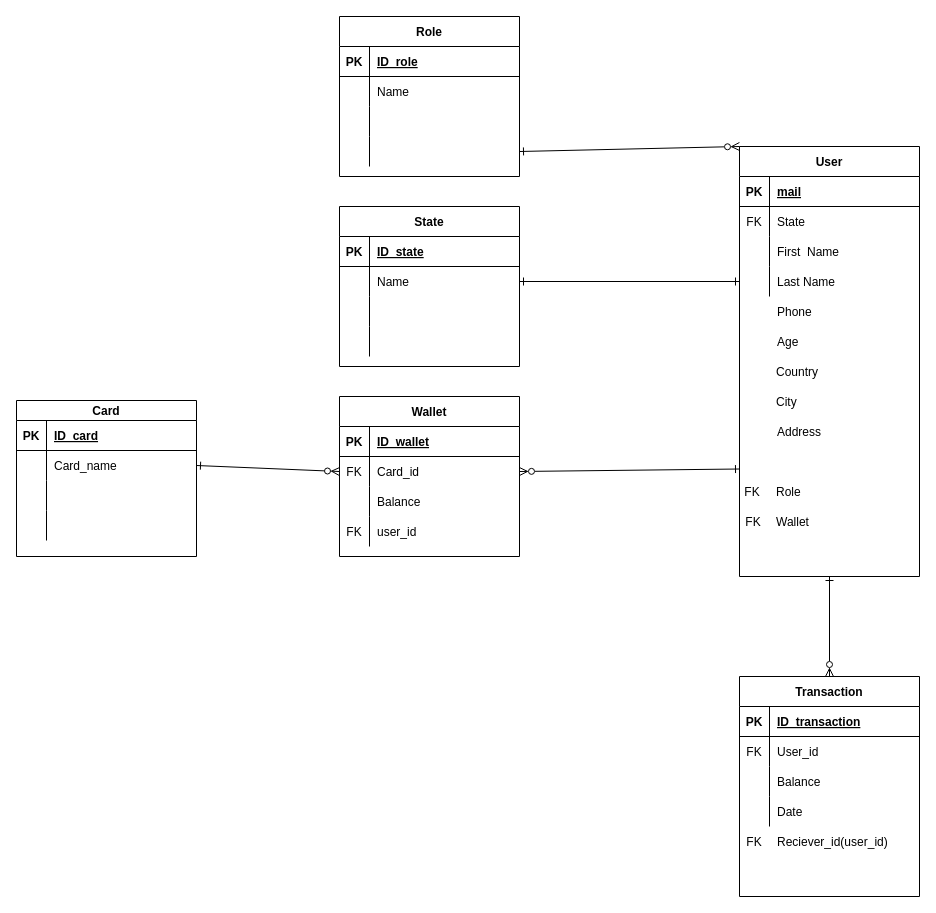
Above: DataBase-Diagram.drawio in Coquixo/final-flow-diagram (draw.io), before the change. Source tidied: cells renumbered, new cells numbered last; positions are measured from the earlier drawing's top-left corner, leaving out a move shared by most shapes. Both pictures are drawn from the tidied source at 100%, with x=0, y=0 at pixel (16, 16).
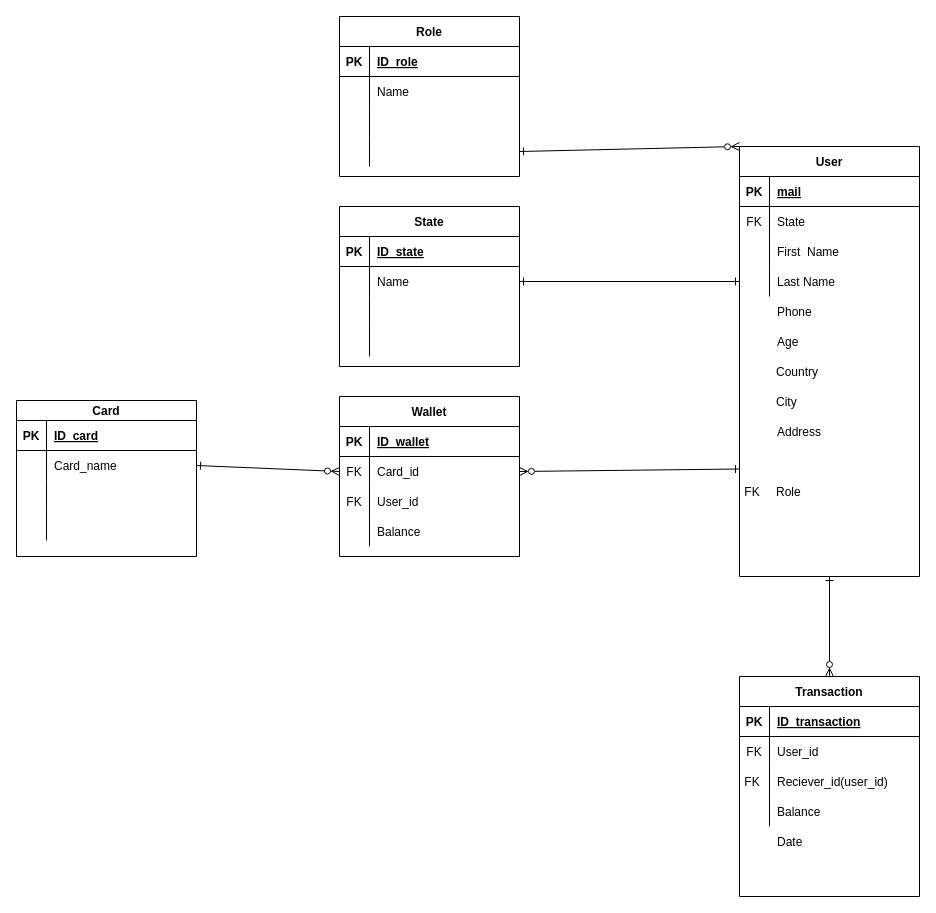
The same page after the edit.

The change refers to these unchanged cells:
```xml
<mxCell id="72" style="shape=tableRow;horizontal=0;startSize=0;swimlaneHead=0;swimlaneBody=0;fillColor=none;top=0;left=0;right=0;bottom=0;" parent="65" vertex="1">
  <mxGeometry y="90" width="180" height="30" as="geometry" />
</mxCell>
<mxCell id="89" style="shape=tableRow;horizontal=0;startSize=0;swimlaneHead=0;swimlaneBody=0;fillColor=none;top=0;left=0;right=0;bottom=0;" parent="82" vertex="1">
  <mxGeometry y="90" width="180" height="30" as="geometry" />
</mxCell>
<mxCell id="92" style="shape=tableRow;horizontal=0;startSize=0;swimlaneHead=0;swimlaneBody=0;fillColor=none;top=0;left=0;right=0;bottom=0;" parent="82" vertex="1">
  <mxGeometry y="120" width="180" height="30" as="geometry" />
</mxCell>
```

What changed in the source:
```diff
@@
-    <mxCell id="37" value="Wallet" style="shape=partialRectangle;fillColor=none;top=0;left=0;bottom=0;right=0;align=left;spacingLeft=6;overflow=hidden;" parent="1" vertex="1">
-      <mxGeometry x="752" y="490" width="150" height="30" as="geometry" />
-    </mxCell>
@@
-    <mxCell id="74" value="Balance" style="shape=partialRectangle;fillColor=none;top=0;left=0;bottom=0;right=0;align=left;spacingLeft=6;overflow=hidden;" parent="72" vertex="1">
+    <mxCell id="74" value="User_id" style="shape=partialRectangle;fillColor=none;top=0;left=0;bottom=0;right=0;align=left;spacingLeft=6;overflow=hidden;" parent="72" vertex="1">
       <mxGeometry x="30" width="150" height="30" as="geometry" />
     </mxCell>
@@
-    <mxCell id="78" value="FK" style="shape=partialRectangle;fillColor=none;top=0;left=0;bottom=0;right=0;overflow=hidden;" parent="1" vertex="1">
-      <mxGeometry x="722" y="490" width="30" height="30" as="geometry" />
-    </mxCell>
@@
-    <mxCell id="91" value="Balance" style="shape=partialRectangle;fillColor=none;top=0;left=0;bottom=0;right=0;align=left;spacingLeft=6;overflow=hidden;" parent="89" vertex="1">
+    <mxCell id="91" value="Reciever_id(user_id)" style="shape=partialRectangle;fillColor=none;top=0;left=0;bottom=0;right=0;align=left;spacingLeft=6;overflow=hidden;" parent="89" vertex="1">
       <mxGeometry x="30" width="150" height="30" as="geometry" />
     </mxCell>
@@
-    <mxCell id="94" value="Date" style="shape=partialRectangle;fillColor=none;top=0;left=0;bottom=0;right=0;align=left;spacingLeft=6;overflow=hidden;" parent="92" vertex="1">
+    <mxCell id="94" value="Balance" style="shape=partialRectangle;fillColor=none;top=0;left=0;bottom=0;right=0;align=left;spacingLeft=6;overflow=hidden;" parent="92" vertex="1">
       <mxGeometry x="30" width="150" height="30" as="geometry" />
     </mxCell>
-    <mxCell id="95" value="Reciever_id(user_id)" style="shape=partialRectangle;fillColor=none;top=0;left=0;bottom=0;right=0;align=left;spacingLeft=6;overflow=hidden;" parent="1" vertex="1">
+    <mxCell id="95" value="Date" style="shape=partialRectangle;fillColor=none;top=0;left=0;bottom=0;right=0;align=left;spacingLeft=6;overflow=hidden;" parent="1" vertex="1">
       <mxGeometry x="753" y="810" width="150" height="30" as="geometry" />
     </mxCell>
     <mxCell id="96" value="FK" style="shape=partialRectangle;fillColor=none;top=0;left=0;bottom=0;right=0;overflow=hidden;" parent="1" vertex="1">
-      <mxGeometry x="723" y="810" width="30" height="30" as="geometry" />
+      <mxGeometry x="721" y="750" width="30" height="30" as="geometry" />
     </mxCell>
@@
-    <mxCell id="98" value="user_id" style="shape=partialRectangle;fillColor=none;top=0;left=0;bottom=0;right=0;align=left;spacingLeft=6;overflow=hidden;" parent="1" vertex="1">
+    <mxCell id="98" value="Balance" style="shape=partialRectangle;fillColor=none;top=0;left=0;bottom=0;right=0;align=left;spacingLeft=6;overflow=hidden;" parent="1" vertex="1">
       <mxGeometry x="353" y="500" width="150" height="30" as="geometry" />
     </mxCell>
     <mxCell id="99" value="FK" style="shape=partialRectangle;fillColor=none;top=0;left=0;bottom=0;right=0;overflow=hidden;" parent="1" vertex="1">
-      <mxGeometry x="323" y="500" width="30" height="30" as="geometry" />
+      <mxGeometry x="323" y="470" width="30" height="30" as="geometry" />
     </mxCell>
```
